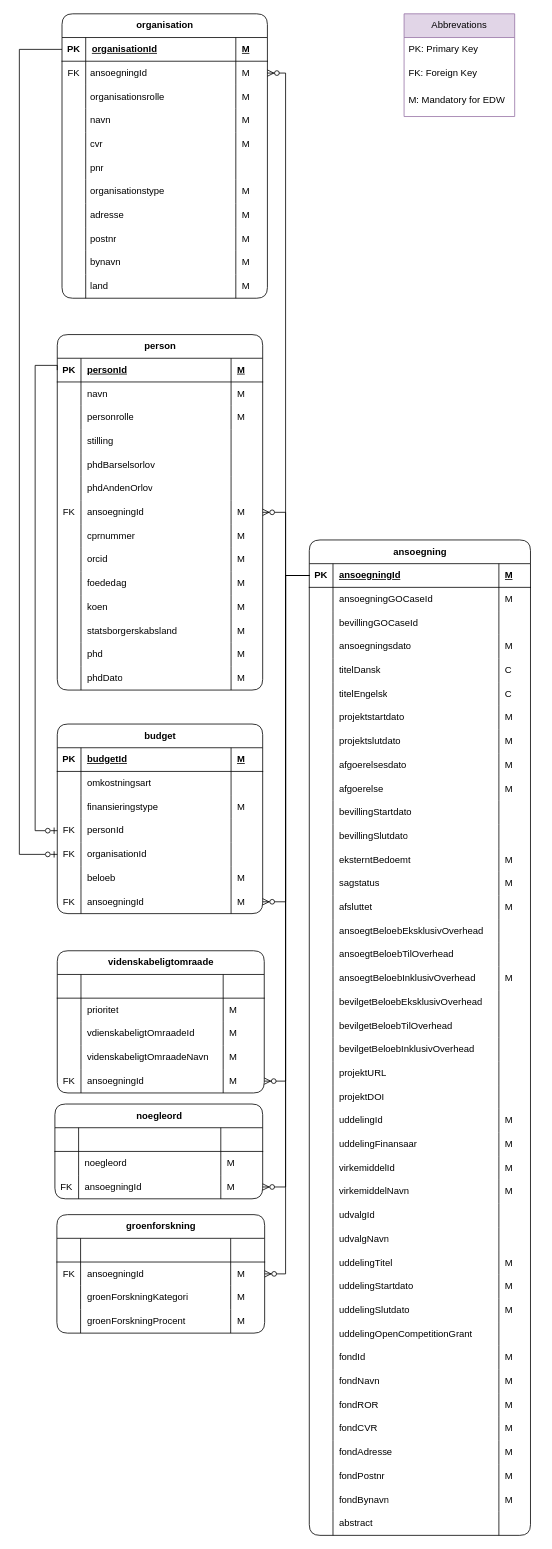
This is page "NY Raw" (4 of 5) of Grants model.drawio from thomas-lange-dk/Grants, a draw.io file, before an edit. Source tidied: cells renumbered, new cells numbered last; positions are measured from the earlier drawing's top-left corner, leaving out a move shared by most shapes. Both pictures are drawn from the tidied source at 79%, with x=0, y=0 at pixel (19, 13).
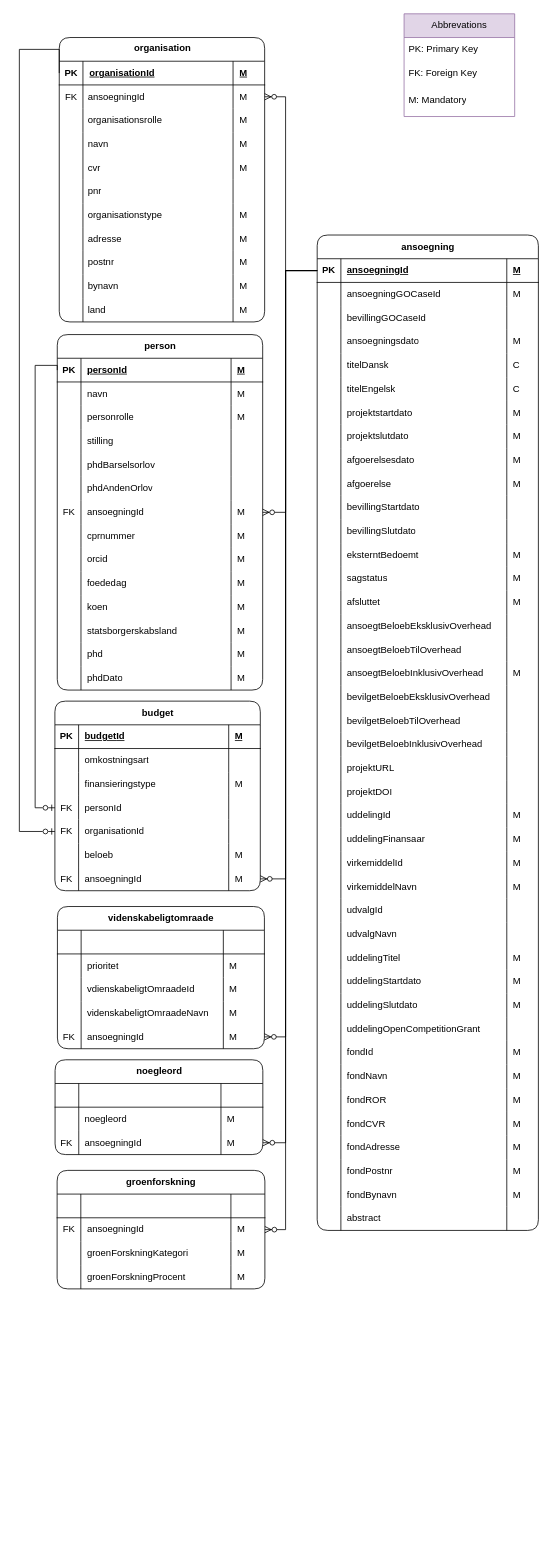
Above is the later version.

The change refers to these unchanged cells:
```xml
<mxCell id="4" value="PK" style="shape=partialRectangle;fillColor=none;top=0;left=0;bottom=0;right=0;fontStyle=1;overflow=hidden;whiteSpace=wrap;html=1;shadow=0;spacingBottom=0;spacingTop=0;" parent="3" vertex="1">
  <mxGeometry width="30" height="30" as="geometry" />
</mxCell>
<mxCell id="10" value="M" style="shape=partialRectangle;fillColor=none;top=0;left=0;bottom=0;right=0;align=left;spacingLeft=6;overflow=hidden;whiteSpace=wrap;html=1;shadow=0;spacingBottom=0;spacingTop=0;" parent="7" vertex="1">
  <mxGeometry x="220" width="40" height="30" as="geometry" />
</mxCell>
<mxCell id="59" value="M" style="shape=partialRectangle;fillColor=none;top=0;left=0;bottom=0;right=0;align=left;spacingLeft=6;overflow=hidden;whiteSpace=wrap;html=1;shadow=0;" parent="56" vertex="1">
  <mxGeometry x="210" width="53" height="30" as="geometry" />
</mxCell>
<mxCell id="80" value="M" style="shape=partialRectangle;fillColor=none;top=0;left=0;bottom=0;right=0;align=left;spacingLeft=6;overflow=hidden;whiteSpace=wrap;html=1;shadow=0;" parent="77" vertex="1">
  <mxGeometry x="210" width="52" height="30" as="geometry" />
</mxCell>
<mxCell id="82" value="Abbrevations" style="swimlane;fontStyle=0;horizontal=1;startSize=30;whiteSpace=wrap;html=1;fillColor=#e1d5e7;strokeColor=#9673a6;" parent="1" vertex="1">
  <mxGeometry x="487" width="140" height="130" as="geometry" />
</mxCell>
<mxCell id="87" style="shape=tableRow;horizontal=0;startSize=0;swimlaneHead=0;swimlaneBody=0;fillColor=none;points=[[0,0.5],[1,0.5]];portConstraint=eastwest;top=0;left=0;right=0;bottom=1;shadow=0;" parent="86" vertex="1">
  <mxGeometry y="30" width="280" height="30" as="geometry" />
</mxCell>
<mxCell id="88" value="PK" style="shape=partialRectangle;fillColor=none;top=0;left=0;bottom=0;right=0;fontStyle=1;overflow=hidden;whiteSpace=wrap;html=1;shadow=0;" parent="87" vertex="1">
  <mxGeometry width="30" height="30" as="geometry" />
</mxCell>
<mxCell id="253" value="PK" style="shape=partialRectangle;fillColor=none;top=0;left=0;bottom=0;right=0;fontStyle=1;overflow=hidden;whiteSpace=wrap;html=1;shadow=0;" parent="252" vertex="1">
  <mxGeometry width="30" height="30" as="geometry" />
</mxCell>
<mxCell id="279" value="M" style="shape=partialRectangle;fillColor=none;top=0;left=0;bottom=0;right=0;align=left;spacingLeft=6;overflow=hidden;whiteSpace=wrap;html=1;shadow=0;" parent="276" vertex="1">
  <mxGeometry x="220" width="40" height="30" as="geometry" />
</mxCell>
<mxCell id="322" value="FK" style="shape=partialRectangle;fillColor=none;top=0;left=0;bottom=0;right=0;overflow=hidden;whiteSpace=wrap;html=1;shadow=0;" parent="321" vertex="1">
  <mxGeometry width="30" height="30" as="geometry" />
</mxCell>
<mxCell id="326" value="FK" style="shape=partialRectangle;fillColor=none;top=0;left=0;bottom=0;right=0;overflow=hidden;whiteSpace=wrap;html=1;shadow=0;" parent="325" vertex="1">
  <mxGeometry width="30" height="30" as="geometry" />
</mxCell>
<mxCell id="336" value="M" style="shape=partialRectangle;fillColor=none;top=0;left=0;bottom=0;right=0;align=left;spacingLeft=6;overflow=hidden;whiteSpace=wrap;html=1;shadow=0;" parent="333" vertex="1">
  <mxGeometry x="220" width="40" height="30" as="geometry" />
</mxCell>
<mxCell id="348" style="shape=tableRow;horizontal=0;startSize=0;swimlaneHead=0;swimlaneBody=0;fillColor=none;points=[[0,0.5],[1,0.5]];portConstraint=eastwest;top=0;left=0;right=0;bottom=0;shadow=0;" parent="343" vertex="1">
  <mxGeometry y="60" width="263" height="30" as="geometry" />
</mxCell>
```

The edit, as a diff of the source:
```diff
@@
     <mxCell id="2" value="organisation" style="shape=table;startSize=30;childLayout=tableLayout;rowLines=0;fontStyle=1;align=center;html=1;rounded=1;shadow=0;spacing=-3;spacingTop=-3;" parent="1" vertex="1">
-      <mxGeometry x="54" width="260" height="360" as="geometry" />
+      <mxGeometry x="50.5" y="30" width="260" height="360" as="geometry" />
     </mxCell>
@@
     <mxCell id="47" value="noegleord" style="shape=table;startSize=30;childLayout=tableLayout;rowLines=0;fontStyle=1;align=center;html=1;shadow=0;rounded=1;" parent="1" vertex="1">
-      <mxGeometry x="45" y="1380" width="263" height="120" as="geometry" />
+      <mxGeometry x="45.2" y="1324" width="263" height="120" as="geometry" />
     </mxCell>
@@
     <mxCell id="60" value="videnskabeligtomraade" style="shape=table;startSize=30;childLayout=tableLayout;rowLines=0;fontStyle=1;align=center;html=1;shadow=0;rounded=1;" parent="1" vertex="1">
-      <mxGeometry x="48" y="1186" width="262" height="180" as="geometry" />
+      <mxGeometry x="48.2" y="1130" width="262" height="180" as="geometry" />
     </mxCell>
@@
     <mxCell id="81" style="edgeStyle=orthogonalEdgeStyle;fontSize=12;html=1;endArrow=ERzeroToMany;endFill=1;rounded=0;shadow=0;entryX=1;entryY=0.5;entryDx=0;entryDy=0;" parent="1" edge="1" source="87" target="80">
       <mxGeometry relative="1" as="geometry">
         <Array as="points">
-          <mxPoint x="337" y="711" />
-          <mxPoint x="337" y="1351" />
+          <mxPoint x="337" y="325" />
+          <mxPoint x="337" y="1295" />
         </Array>
       </mxGeometry>
     </mxCell>
@@
-    <mxCell id="85" value="M: Mandatory for EDW" style="text;strokeColor=none;fillColor=none;align=left;verticalAlign=middle;spacingLeft=4;spacingRight=4;overflow=hidden;whiteSpace=wrap;html=1;" parent="82" vertex="1">
+    <mxCell id="85" value="M: Mandatory" style="text;strokeColor=none;fillColor=none;align=left;verticalAlign=middle;spacingLeft=4;spacingRight=4;overflow=hidden;whiteSpace=wrap;html=1;" parent="82" vertex="1">
       <mxGeometry y="90" width="140" height="40" as="geometry" />
     </mxCell>
     <mxCell id="86" value="ansoegning" style="shape=table;startSize=30;childLayout=tableLayout;rowLines=0;fontStyle=1;align=center;html=1;swimlaneLine=1;shadow=0;rounded=1;swimlaneFillColor=none;" parent="1" vertex="1">
-      <mxGeometry x="367" y="666" width="280" height="1260" as="geometry" />
+      <mxGeometry x="377" y="280" width="280" height="1260" as="geometry" />
     </mxCell>
@@
     <mxCell id="308" value="budget" style="shape=table;startSize=30;childLayout=tableLayout;rowLines=0;fontStyle=1;align=center;html=1;shadow=0;rounded=1;" parent="1" vertex="1">
-      <mxGeometry x="48" y="899" width="260" height="240" as="geometry" />
+      <mxGeometry x="45" y="870" width="260" height="240" as="geometry" />
     </mxCell>
@@
     <mxCell id="337" style="edgeStyle=orthogonalEdgeStyle;fontSize=12;html=1;endArrow=ERzeroToMany;endFill=1;rounded=0;shadow=0;exitX=0;exitY=0.5;exitDx=0;exitDy=0;entryX=1;entryY=0.5;entryDx=0;entryDy=0;" parent="1" edge="1" source="88" target="59">
       <mxGeometry relative="1" as="geometry">
         <Array as="points">
-          <mxPoint x="337" y="711" />
-          <mxPoint x="337" y="1485" />
+          <mxPoint x="337" y="325" />
+          <mxPoint x="337" y="1429" />
         </Array>
       </mxGeometry>
     </mxCell>
     <mxCell id="338" style="fontSize=12;html=1;endArrow=ERzeroToMany;endFill=1;rounded=0;shadow=0;edgeStyle=orthogonalEdgeStyle;entryX=1;entryY=0.5;entryDx=0;entryDy=0;exitX=0;exitY=0.5;exitDx=0;exitDy=0;" parent="1" edge="1" source="88" target="279">
       <mxGeometry relative="1" as="geometry">
         <Array as="points">
-          <mxPoint x="337" y="711" />
+          <mxPoint x="337" y="325" />
           <mxPoint x="337" y="631" />
         </Array>
       </mxGeometry>
     </mxCell>
     <mxCell id="339" style="fontSize=12;html=1;endArrow=ERzeroToMany;endFill=1;rounded=0;shadow=0;edgeStyle=orthogonalEdgeStyle;exitX=0;exitY=0.5;exitDx=0;exitDy=0;entryX=1;entryY=0.5;entryDx=0;entryDy=0;" parent="1" edge="1" source="88" target="10">
       <mxGeometry relative="1" as="geometry">
         <Array as="points">
-          <mxPoint x="337" y="711" />
-          <mxPoint x="337" y="75" />
+          <mxPoint x="337" y="325" />
+          <mxPoint x="337" y="105" />
         </Array>
       </mxGeometry>
     </mxCell>
     <mxCell id="340" style="fontSize=12;html=1;endArrow=ERzeroToOne;endFill=0;rounded=0;shadow=0;edgeStyle=orthogonalEdgeStyle;exitX=0;exitY=0.5;exitDx=0;exitDy=0;entryX=0;entryY=0.5;entryDx=0;entryDy=0;" parent="1" edge="1" source="253" target="322">
       <mxGeometry relative="1" as="geometry">
         <Array as="points">
           <mxPoint x="48" y="445" />
           <mxPoint x="20" y="445" />
-          <mxPoint x="20" y="1034" />
+          <mxPoint x="20" y="1005" />
         </Array>
       </mxGeometry>
     </mxCell>
     <mxCell id="341" style="edgeStyle=orthogonalEdgeStyle;fontSize=12;html=1;endArrow=ERzeroToMany;endFill=1;rounded=0;shadow=0;entryX=1;entryY=0.5;entryDx=0;entryDy=0;exitX=0;exitY=0.5;exitDx=0;exitDy=0;" parent="1" edge="1" source="88" target="336">
       <mxGeometry relative="1" as="geometry">
         <Array as="points">
-          <mxPoint x="337" y="711" />
-          <mxPoint x="337" y="1124" />
+          <mxPoint x="337" y="325" />
+          <mxPoint x="337" y="1095" />
         </Array>
       </mxGeometry>
     </mxCell>
     <mxCell id="342" style="fontSize=12;html=1;endArrow=ERzeroToOne;endFill=0;rounded=0;shadow=0;edgeStyle=orthogonalEdgeStyle;exitX=0;exitY=0.5;exitDx=0;exitDy=0;entryX=0;entryY=0.5;entryDx=0;entryDy=0;" parent="1" edge="1" source="4" target="326">
       <mxGeometry relative="1" as="geometry">
         <Array as="points">
+          <mxPoint x="51" y="45" />
           <mxPoint y="45" />
-          <mxPoint y="1064" />
+          <mxPoint y="1035" />
         </Array>
       </mxGeometry>
     </mxCell>
     <mxCell id="343" value="groenforskning" style="shape=table;startSize=30;childLayout=tableLayout;rowLines=0;fontStyle=1;align=center;html=1;shadow=0;rounded=1;" parent="1" vertex="1">
-      <mxGeometry x="47.5" y="1520" width="263" height="150" as="geometry" />
+      <mxGeometry x="47.8" y="1464" width="263" height="150" as="geometry" />
     </mxCell>
@@
     <mxCell id="360" style="edgeStyle=orthogonalEdgeStyle;fontSize=12;html=1;endArrow=ERzeroToMany;endFill=1;rounded=0;shadow=0;entryX=1;entryY=0.5;entryDx=0;entryDy=0;exitX=0;exitY=0.5;exitDx=0;exitDy=0;" parent="1" edge="1" source="88" target="348">
       <mxGeometry relative="1" as="geometry">
         <Array as="points">
-          <mxPoint x="337" y="711" />
-          <mxPoint x="337" y="1595" />
+          <mxPoint x="337" y="325" />
+          <mxPoint x="337" y="1539" />
         </Array>
       </mxGeometry>
     </mxCell>
```
